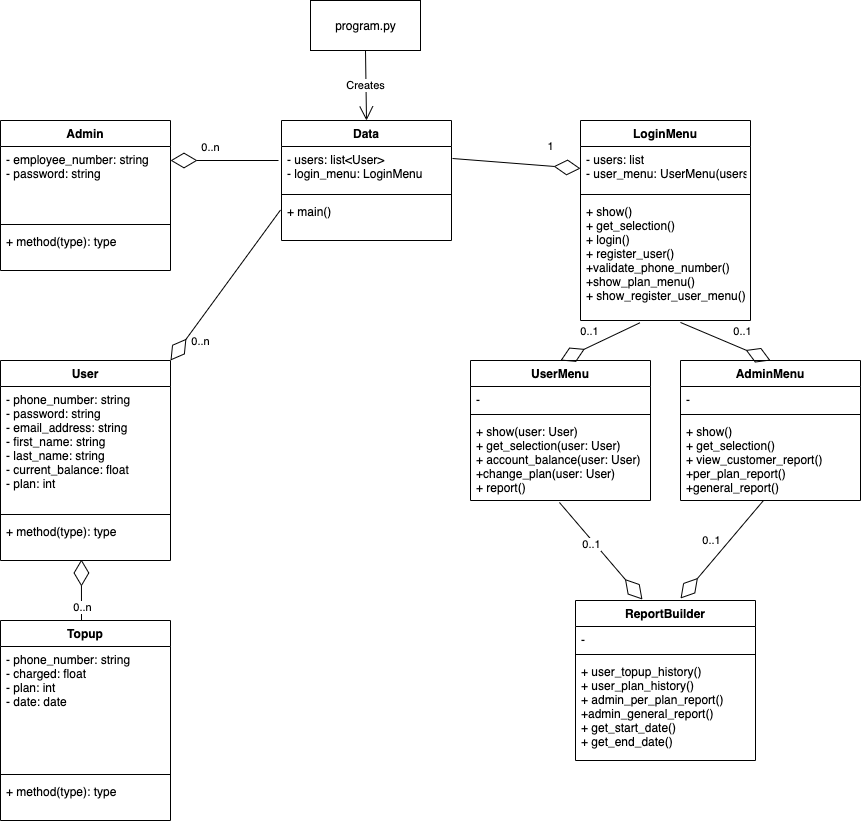
The draw.io diagram object_oriented/class_diagram.drawio.png in miyazakimaiko/Credit-Purchase-App, before a commit. Source tidied: cells renumbered, new cells last; positions are measured from the earlier drawing's top-left corner, leaving out a move shared by most shapes.
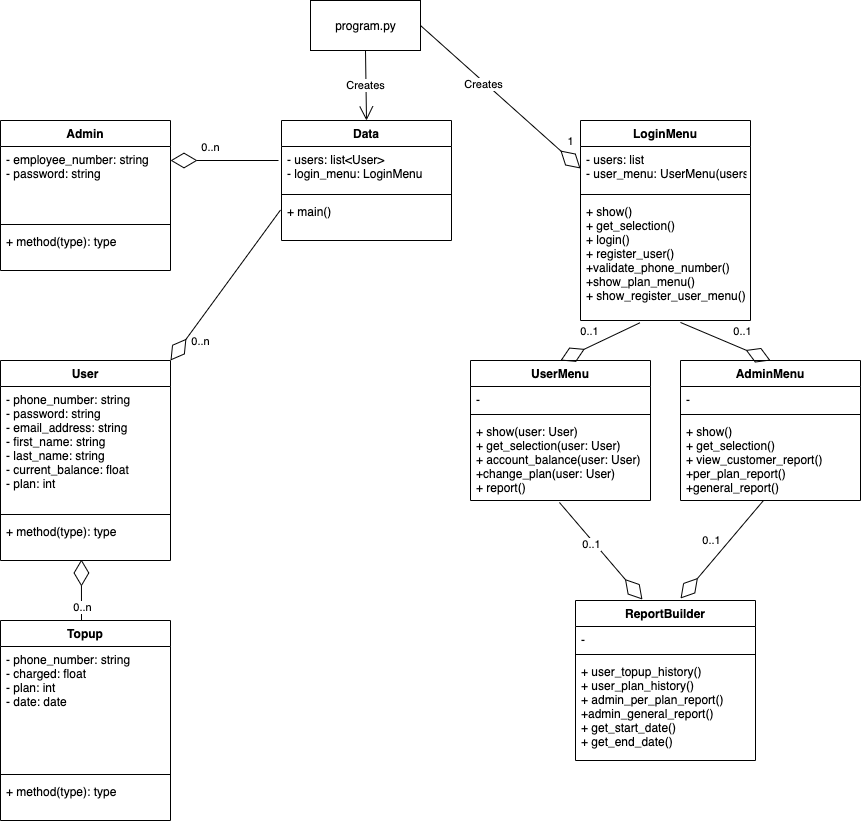
The same diagram one commit later.

What changed in the source:
```diff
@@ -127,16 +127,17 @@
         <mxPoint x="-56" y="99" as="offset" />
       </mxGeometry>
     </mxCell>
-    <mxCell id="40" style="endArrow=diamondThin;endFill=0;endSize=24;html=1;entryX=0;entryY=0.5;entryDx=0;entryDy=0;" parent="1" edge="1" target="15">
-      <mxGeometry relative="1" as="geometry">
-        <mxPoint x="452" y="158" as="sourcePoint" />
-      </mxGeometry>
+    <mxCell id="40" style="endArrow=diamondThin;endFill=0;endSize=24;html=1;entryX=0;entryY=0.5;entryDx=0;entryDy=0;exitX=1;exitY=0.5;exitDx=0;exitDy=0;" parent="1" edge="1" source="50" target="15">
+      <mxGeometry relative="1" as="geometry" />
     </mxCell>
     <mxCell id="41" value="1" style="edgeLabel;html=1;align=center;verticalAlign=middle;" parent="40" vertex="1">
       <mxGeometry x="0.02" y="-2" relative="1" as="geometry">
-        <mxPoint x="33" y="-20" as="offset" />
+        <mxPoint x="70" y="41" as="offset" />
       </mxGeometry>
     </mxCell>
+    <mxCell id="52" value="Creates" style="edgeLabel;html=1;align=center;verticalAlign=middle;" parent="40" vertex="1">
+      <mxGeometry x="-0.2" y="-2" relative="1" as="geometry" />
+    </mxCell>
     <mxCell id="42" style="endArrow=diamondThin;endFill=0;endSize=24;html=1;entryX=0.5;entryY=0;entryDx=0;entryDy=0;exitX=0.349;exitY=1.019;exitDx=0;exitDy=0;exitPerimeter=0;" parent="1" edge="1" source="17" target="18">
       <mxGeometry relative="1" as="geometry" />
     </mxCell>
```
